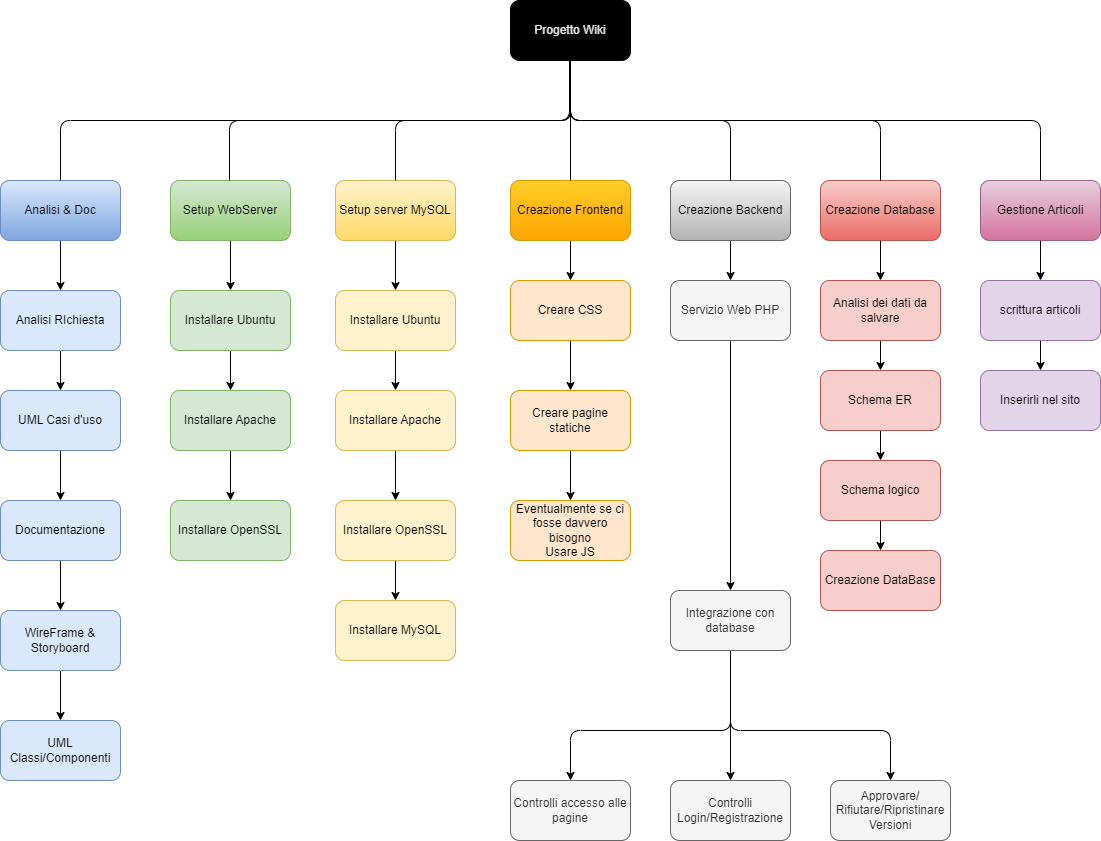
The draw.io diagram assets/project_management/wbs.drawio.png in AngeloRipamonti/5C_WikiStudenti_DiDonnaKotisRipamontiTacconi, before a commit. Source tidied: cells renumbered, new cells last; positions are measured from the earlier drawing's top-left corner, leaving out a move shared by most shapes.
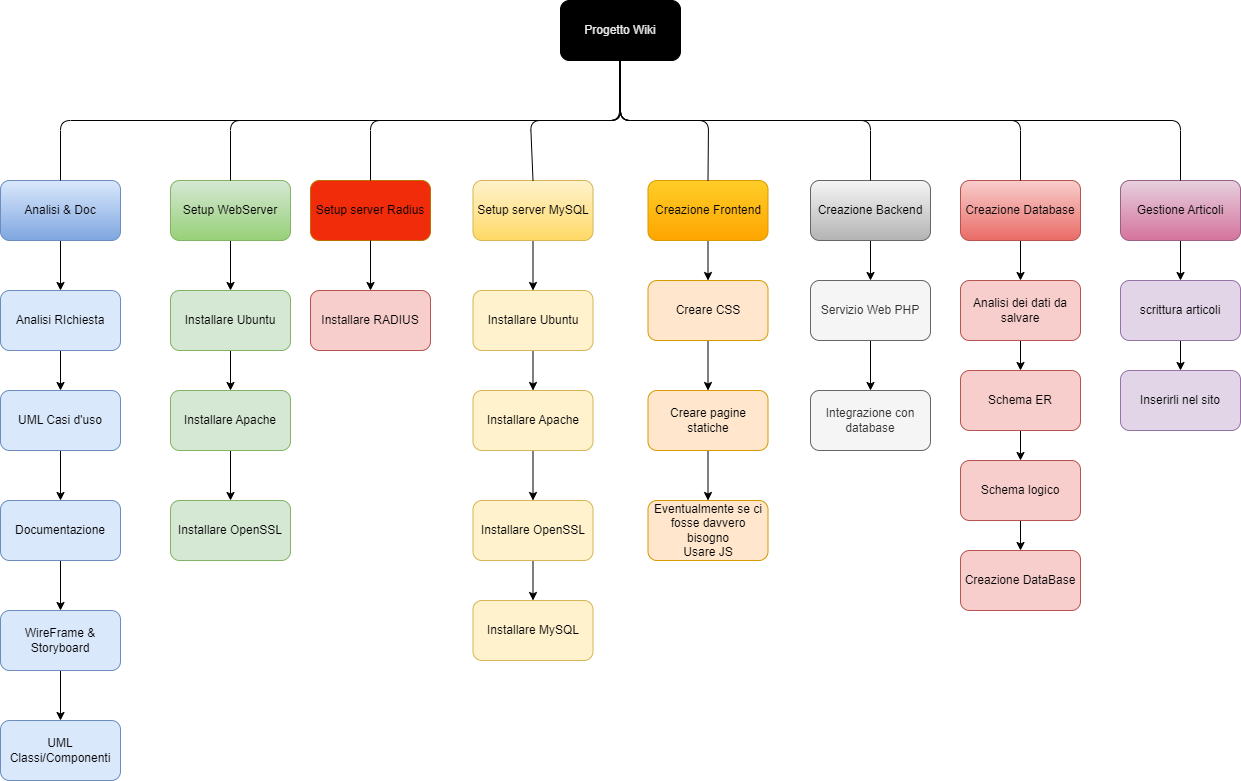
The same diagram one commit later.

The edit, as a diff of the source:
```diff
@@ -9,50 +9,49 @@
       <mxGeometry relative="1" as="geometry" />
     </mxCell>
     <mxCell id="4" value="Analisi &amp;amp; Doc" style="rounded=1;whiteSpace=wrap;html=1;fillColor=#dae8fc;strokeColor=#6c8ebf;gradientColor=#7ea6e0;" parent="1" vertex="1">
-      <mxGeometry y="180" width="120" height="60" as="geometry" />
+      <mxGeometry x="-50" y="180" width="120" height="60" as="geometry" />
     </mxCell>
     <mxCell id="5" style="edgeStyle=none;html=1;exitX=0.5;exitY=1;exitDx=0;exitDy=0;entryX=0.5;entryY=0;entryDx=0;entryDy=0;" parent="1" edge="1" source="6" target="42">
       <mxGeometry relative="1" as="geometry" />
     </mxCell>
     <mxCell id="6" value="Setup WebServer" style="rounded=1;whiteSpace=wrap;html=1;fillColor=#d5e8d4;strokeColor=#82b366;gradientColor=#97d077;" parent="1" vertex="1">
-      <mxGeometry x="170" y="180" width="120" height="60" as="geometry" />
+      <mxGeometry x="120" y="180" width="120" height="60" as="geometry" />
     </mxCell>
     <mxCell id="7" style="edgeStyle=none;html=1;exitX=0.5;exitY=1;exitDx=0;exitDy=0;entryX=0.5;entryY=0;entryDx=0;entryDy=0;" parent="1" edge="1" source="8" target="48">
       <mxGeometry relative="1" as="geometry" />
     </mxCell>
     <mxCell id="8" value="Setup server&amp;nbsp;&lt;span style=&quot;background-color: transparent;&quot;&gt;MySQL&lt;/span&gt;" style="rounded=1;whiteSpace=wrap;html=1;fillColor=#fff2cc;strokeColor=#d6b656;gradientColor=#ffd966;" parent="1" vertex="1">
-      <mxGeometry x="335" y="180" width="120" height="60" as="geometry" />
+      <mxGeometry x="422.5" y="180" width="120" height="60" as="geometry" />
     </mxCell>
     <mxCell id="9" style="edgeStyle=none;html=1;exitX=0.5;exitY=1;exitDx=0;exitDy=0;entryX=0.5;entryY=0;entryDx=0;entryDy=0;" parent="1" edge="1" source="10" target="54">
       <mxGeometry relative="1" as="geometry" />
     </mxCell>
     <mxCell id="10" value="Creazione Frontend" style="rounded=1;whiteSpace=wrap;html=1;fillColor=#ffcd28;strokeColor=#d79b00;gradientColor=#ffa500;" parent="1" vertex="1">
-      <mxGeometry x="510" y="180" width="120" height="60" as="geometry" />
+      <mxGeometry x="597.5" y="180" width="120" height="60" as="geometry" />
     </mxCell>
     <mxCell id="11" style="edgeStyle=none;html=1;exitX=0.5;exitY=1;exitDx=0;exitDy=0;entryX=0.5;entryY=0;entryDx=0;entryDy=0;" parent="1" edge="1" source="12" target="64">
       <mxGeometry relative="1" as="geometry" />
     </mxCell>
     <mxCell id="12" value="Creazione Backend" style="rounded=1;whiteSpace=wrap;html=1;fillColor=#f5f5f5;strokeColor=#666666;gradientColor=#b3b3b3;" parent="1" vertex="1">
-      <mxGeometry x="670" y="180" width="120" height="60" as="geometry" />
+      <mxGeometry x="760" y="180" width="120" height="60" as="geometry" />
     </mxCell>
     <mxCell id="13" style="edgeStyle=none;html=1;exitX=0.5;exitY=1;exitDx=0;exitDy=0;entryX=0.5;entryY=0;entryDx=0;entryDy=0;" parent="1" edge="1" source="14" target="36">
       <mxGeometry relative="1" as="geometry" />
     </mxCell>
     <mxCell id="14" value="Creazione Database" style="rounded=1;whiteSpace=wrap;html=1;fillColor=#f8cecc;strokeColor=#b85450;gradientColor=#ea6b66;" parent="1" vertex="1">
-      <mxGeometry x="820" y="180" width="120" height="60" as="geometry" />
+      <mxGeometry x="910" y="180" width="120" height="60" as="geometry" />
     </mxCell>
     <mxCell id="15" style="edgeStyle=none;html=1;exitX=0.5;exitY=1;exitDx=0;exitDy=0;entryX=0.5;entryY=0;entryDx=0;entryDy=0;" parent="1" edge="1" source="16" target="34">
       <mxGeometry relative="1" as="geometry" />
     </mxCell>
     <mxCell id="16" value="Gestione Articoli" style="rounded=1;whiteSpace=wrap;html=1;fillColor=#e6d0de;strokeColor=#996185;gradientColor=#d5739d;" parent="1" vertex="1">
-      <mxGeometry x="980" y="180" width="120" height="60" as="geometry" />
+      <mxGeometry x="1070" y="180" width="120" height="60" as="geometry" />
     </mxCell>
-    <mxCell id="17" style="endArrow=none;html=1;exitX=0.5;exitY=0;exitDx=0;exitDy=0;" parent="1" edge="1">
+    <mxCell id="17" style="endArrow=none;html=1;exitX=0.5;exitY=0;exitDx=0;exitDy=0;" parent="1" edge="1" source="6">
       <mxGeometry relative="1" as="geometry">
-        <mxPoint x="229" y="180" as="sourcePoint" />
         <mxPoint x="569" y="60" as="targetPoint" />
         <Array as="points">
-          <mxPoint x="229" y="120" />
+          <mxPoint x="180" y="120" />
           <mxPoint x="569" y="120" />
         </Array>
       </mxGeometry>
@@ -60,7 +59,7 @@
     <mxCell id="18" style="endArrow=none;html=1;entryX=0.5;entryY=1;entryDx=0;entryDy=0;exitX=0.5;exitY=0;exitDx=0;exitDy=0;" parent="1" edge="1" source="4" target="2">
       <mxGeometry relative="1" as="geometry">
         <Array as="points">
-          <mxPoint x="60" y="120" />
+          <mxPoint x="10" y="120" />
           <mxPoint x="570" y="120" />
         </Array>
       </mxGeometry>
@@ -68,7 +67,7 @@
     <mxCell id="19" style="endArrow=none;html=1;entryX=0.5;entryY=1;entryDx=0;entryDy=0;exitX=0.5;exitY=0;exitDx=0;exitDy=0;" parent="1" edge="1" source="12" target="2">
       <mxGeometry relative="1" as="geometry">
         <Array as="points">
-          <mxPoint x="730" y="120" />
+          <mxPoint x="820" y="120" />
           <mxPoint x="570" y="120" />
         </Array>
       </mxGeometry>
@@ -76,7 +75,7 @@
     <mxCell id="20" style="endArrow=none;html=1;entryX=0.5;entryY=1;entryDx=0;entryDy=0;exitX=0.5;exitY=0;exitDx=0;exitDy=0;" parent="1" edge="1" source="16" target="2">
       <mxGeometry relative="1" as="geometry">
         <Array as="points">
-          <mxPoint x="1040" y="120" />
+          <mxPoint x="1130" y="120" />
           <mxPoint x="570" y="120" />
         </Array>
       </mxGeometry>
@@ -84,18 +83,24 @@
     <mxCell id="21" style="endArrow=none;html=1;entryX=0.5;entryY=1;entryDx=0;entryDy=0;exitX=0.5;exitY=0;exitDx=0;exitDy=0;" parent="1" edge="1" source="14" target="2">
       <mxGeometry relative="1" as="geometry">
         <Array as="points">
-          <mxPoint x="880" y="120" />
+          <mxPoint x="970" y="120" />
+          <mxPoint x="760" y="120" />
           <mxPoint x="570" y="120" />
         </Array>
       </mxGeometry>
     </mxCell>
     <mxCell id="22" style="endArrow=none;html=1;entryX=0.5;entryY=1;entryDx=0;entryDy=0;exitX=0.5;exitY=0;exitDx=0;exitDy=0;" parent="1" edge="1" source="10" target="2">
-      <mxGeometry relative="1" as="geometry" />
+      <mxGeometry relative="1" as="geometry">
+        <Array as="points">
+          <mxPoint x="658" y="120" />
+          <mxPoint x="570" y="120" />
+        </Array>
+      </mxGeometry>
     </mxCell>
     <mxCell id="23" style="endArrow=none;html=1;exitX=0.5;exitY=0;exitDx=0;exitDy=0;entryX=0.5;entryY=1;entryDx=0;entryDy=0;" parent="1" edge="1" source="8" target="2">
       <mxGeometry relative="1" as="geometry">
         <Array as="points">
-          <mxPoint x="395" y="120" />
+          <mxPoint x="480" y="120" />
           <mxPoint x="570" y="120" />
         </Array>
       </mxGeometry>
@@ -104,146 +109,135 @@
       <mxGeometry relative="1" as="geometry" />
     </mxCell>
     <mxCell id="25" value="Analisi RIchiesta" style="rounded=1;whiteSpace=wrap;html=1;fillColor=#dae8fc;strokeColor=#6c8ebf;" parent="1" vertex="1">
-      <mxGeometry y="290" width="120" height="60" as="geometry" />
+      <mxGeometry x="-50" y="290" width="120" height="60" as="geometry" />
     </mxCell>
     <mxCell id="26" style="edgeStyle=none;html=1;exitX=0.5;exitY=1;exitDx=0;exitDy=0;entryX=0.5;entryY=0;entryDx=0;entryDy=0;" parent="1" edge="1" source="27" target="29">
       <mxGeometry relative="1" as="geometry" />
     </mxCell>
     <mxCell id="27" value="UML Casi d'uso" style="rounded=1;whiteSpace=wrap;html=1;fillColor=#dae8fc;strokeColor=#6c8ebf;" parent="1" vertex="1">
-      <mxGeometry y="390" width="120" height="60" as="geometry" />
+      <mxGeometry x="-50" y="390" width="120" height="60" as="geometry" />
     </mxCell>
     <mxCell id="28" style="edgeStyle=none;html=1;exitX=0.5;exitY=1;exitDx=0;exitDy=0;" parent="1" edge="1" source="29" target="31">
       <mxGeometry relative="1" as="geometry" />
     </mxCell>
     <mxCell id="29" value="Documentazione" style="rounded=1;whiteSpace=wrap;html=1;fillColor=#dae8fc;strokeColor=#6c8ebf;" parent="1" vertex="1">
-      <mxGeometry y="500" width="120" height="60" as="geometry" />
+      <mxGeometry x="-50" y="500" width="120" height="60" as="geometry" />
     </mxCell>
     <mxCell id="30" style="edgeStyle=none;html=1;exitX=0.5;exitY=1;exitDx=0;exitDy=0;" parent="1" edge="1" source="31" target="32">
       <mxGeometry relative="1" as="geometry" />
     </mxCell>
     <mxCell id="31" value="WireFrame &amp;amp; Storyboard" style="rounded=1;whiteSpace=wrap;html=1;fillColor=#dae8fc;strokeColor=#6c8ebf;" parent="1" vertex="1">
-      <mxGeometry y="610" width="120" height="60" as="geometry" />
+      <mxGeometry x="-50" y="610" width="120" height="60" as="geometry" />
     </mxCell>
     <mxCell id="32" value="UML Classi/Componenti" style="rounded=1;whiteSpace=wrap;html=1;fillColor=#dae8fc;strokeColor=#6c8ebf;" parent="1" vertex="1">
-      <mxGeometry y="720" width="120" height="60" as="geometry" />
+      <mxGeometry x="-50" y="720" width="120" height="60" as="geometry" />
     </mxCell>
     <mxCell id="33" style="edgeStyle=none;html=1;exitX=0.5;exitY=1;exitDx=0;exitDy=0;entryX=0.5;entryY=0;entryDx=0;entryDy=0;" parent="1" edge="1" source="34" target="65">
       <mxGeometry relative="1" as="geometry" />
     </mxCell>
     <mxCell id="34" value="scrittura articoli" style="rounded=1;whiteSpace=wrap;html=1;fillColor=#e1d5e7;strokeColor=#9673a6;" parent="1" vertex="1">
-      <mxGeometry x="980" y="280" width="120" height="60" as="geometry" />
+      <mxGeometry x="1070" y="280" width="120" height="60" as="geometry" />
     </mxCell>
     <mxCell id="35" style="edgeStyle=none;html=1;exitX=0.5;exitY=1;exitDx=0;exitDy=0;entryX=0.5;entryY=0;entryDx=0;entryDy=0;" parent="1" edge="1" source="36" target="38">
       <mxGeometry relative="1" as="geometry" />
     </mxCell>
     <mxCell id="36" value="Analisi dei dati da salvare" style="rounded=1;whiteSpace=wrap;html=1;fillColor=#f8cecc;strokeColor=#b85450;" parent="1" vertex="1">
-      <mxGeometry x="820" y="280" width="120" height="60" as="geometry" />
+      <mxGeometry x="910" y="280" width="120" height="60" as="geometry" />
     </mxCell>
     <mxCell id="37" style="edgeStyle=none;html=1;exitX=0.5;exitY=1;exitDx=0;exitDy=0;" parent="1" edge="1" source="38" target="40">
       <mxGeometry relative="1" as="geometry" />
     </mxCell>
     <mxCell id="38" value="Schema ER" style="rounded=1;whiteSpace=wrap;html=1;fillColor=#f8cecc;strokeColor=#b85450;" parent="1" vertex="1">
-      <mxGeometry x="820" y="370" width="120" height="60" as="geometry" />
+      <mxGeometry x="910" y="370" width="120" height="60" as="geometry" />
     </mxCell>
     <mxCell id="39" style="edgeStyle=none;html=1;exitX=0.5;exitY=1;exitDx=0;exitDy=0;entryX=0.5;entryY=0;entryDx=0;entryDy=0;" parent="1" edge="1" source="40" target="43">
       <mxGeometry relative="1" as="geometry" />
     </mxCell>
     <mxCell id="40" value="Schema logico" style="rounded=1;whiteSpace=wrap;html=1;fillColor=#f8cecc;strokeColor=#b85450;" parent="1" vertex="1">
-      <mxGeometry x="820" y="460" width="120" height="60" as="geometry" />
+      <mxGeometry x="910" y="460" width="120" height="60" as="geometry" />
     </mxCell>
     <mxCell id="41" style="edgeStyle=none;html=1;exitX=0.5;exitY=1;exitDx=0;exitDy=0;entryX=0.5;entryY=0;entryDx=0;entryDy=0;" parent="1" edge="1" source="42" target="45">
       <mxGeometry relative="1" as="geometry" />
     </mxCell>
     <mxCell id="42" value="Installare Ubuntu" style="rounded=1;whiteSpace=wrap;html=1;fillColor=#d5e8d4;strokeColor=#82b366;" parent="1" vertex="1">
-      <mxGeometry x="170" y="290" width="120" height="60" as="geometry" />
+      <mxGeometry x="120" y="290" width="120" height="60" as="geometry" />
     </mxCell>
     <mxCell id="43" value="Creazione DataBase" style="rounded=1;whiteSpace=wrap;html=1;fillColor=#f8cecc;strokeColor=#b85450;" parent="1" vertex="1">
-      <mxGeometry x="820" y="550" width="120" height="60" as="geometry" />
+      <mxGeometry x="910" y="550" width="120" height="60" as="geometry" />
     </mxCell>
     <mxCell id="44" style="edgeStyle=none;html=1;exitX=0.5;exitY=1;exitDx=0;exitDy=0;entryX=0.5;entryY=0;entryDx=0;entryDy=0;" parent="1" edge="1" source="45" target="46">
       <mxGeometry relative="1" as="geometry" />
     </mxCell>
     <mxCell id="45" value="Installare Apache" style="rounded=1;whiteSpace=wrap;html=1;fillColor=#d5e8d4;strokeColor=#82b366;" parent="1" vertex="1">
-      <mxGeometry x="170" y="390" width="120" height="60" as="geometry" />
+      <mxGeometry x="120" y="390" width="120" height="60" as="geometry" />
     </mxCell>
     <mxCell id="46" value="Installare OpenSSL" style="rounded=1;whiteSpace=wrap;html=1;fillColor=#d5e8d4;strokeColor=#82b366;" parent="1" vertex="1">
-      <mxGeometry x="170" y="500" width="120" height="60" as="geometry" />
+      <mxGeometry x="120" y="500" width="120" height="60" as="geometry" />
     </mxCell>
     <mxCell id="47" style="edgeStyle=none;html=1;exitX=0.5;exitY=1;exitDx=0;exitDy=0;entryX=0.5;entryY=0;entryDx=0;entryDy=0;" parent="1" edge="1" source="48" target="50">
       <mxGeometry relative="1" as="geometry" />
     </mxCell>
     <mxCell id="48" value="Installare Ubuntu" style="rounded=1;whiteSpace=wrap;html=1;fillColor=#fff2cc;strokeColor=#d6b656;" parent="1" vertex="1">
-      <mxGeometry x="335" y="290" width="120" height="60" as="geometry" />
+      <mxGeometry x="422.5" y="290" width="120" height="60" as="geometry" />
     </mxCell>
     <mxCell id="49" style="edgeStyle=none;html=1;exitX=0.5;exitY=1;exitDx=0;exitDy=0;entryX=0.5;entryY=0;entryDx=0;entryDy=0;" parent="1" edge="1" source="50" target="52">
       <mxGeometry relative="1" as="geometry" />
     </mxCell>
     <mxCell id="50" value="Installare Apache" style="rounded=1;whiteSpace=wrap;html=1;fillColor=#fff2cc;strokeColor=#d6b656;" parent="1" vertex="1">
-      <mxGeometry x="335" y="390" width="120" height="60" as="geometry" />
+      <mxGeometry x="422.5" y="390" width="120" height="60" as="geometry" />
     </mxCell>
     <mxCell id="51" style="edgeStyle=none;html=1;exitX=0.5;exitY=1;exitDx=0;exitDy=0;entryX=0.5;entryY=0;entryDx=0;entryDy=0;" parent="1" edge="1" source="52" target="57">
       <mxGeometry relative="1" as="geometry" />
     </mxCell>
     <mxCell id="52" value="Installare OpenSSL" style="rounded=1;whiteSpace=wrap;html=1;fillColor=#fff2cc;strokeColor=#d6b656;" parent="1" vertex="1">
-      <mxGeometry x="335" y="500" width="120" height="60" as="geometry" />
+      <mxGeometry x="422.5" y="500" width="120" height="60" as="geometry" />
     </mxCell>
     <mxCell id="53" style="edgeStyle=none;html=1;exitX=0.5;exitY=1;exitDx=0;exitDy=0;entryX=0.5;entryY=0;entryDx=0;entryDy=0;" parent="1" edge="1" source="54" target="56">
       <mxGeometry relative="1" as="geometry" />
     </mxCell>
     <mxCell id="54" value="Creare CSS" style="rounded=1;whiteSpace=wrap;html=1;fillColor=#ffe6cc;strokeColor=#d79b00;" parent="1" vertex="1">
-      <mxGeometry x="510" y="280" width="120" height="60" as="geometry" />
+      <mxGeometry x="597.5" y="280" width="120" height="60" as="geometry" />
     </mxCell>
     <mxCell id="55" style="edgeStyle=none;html=1;exitX=0.5;exitY=1;exitDx=0;exitDy=0;" parent="1" edge="1" source="56" target="62">
       <mxGeometry relative="1" as="geometry" />
     </mxCell>
     <mxCell id="56" value="Creare pagine statiche" style="rounded=1;whiteSpace=wrap;html=1;fillColor=#ffe6cc;strokeColor=#d79b00;" parent="1" vertex="1">
-      <mxGeometry x="510" y="390" width="120" height="60" as="geometry" />
+      <mxGeometry x="597.5" y="390" width="120" height="60" as="geometry" />
     </mxCell>
     <mxCell id="57" value="Installare MySQL" style="rounded=1;whiteSpace=wrap;html=1;fillColor=#fff2cc;strokeColor=#d6b656;" parent="1" vertex="1">
-      <mxGeometry x="335" y="600" width="120" height="60" as="geometry" />
+      <mxGeometry x="422.5" y="600" width="120" height="60" as="geometry" />
     </mxCell>
-    <mxCell id="58" style="edgeStyle=none;html=1;exitX=0.5;exitY=1;exitDx=0;exitDy=0;entryX=0.5;entryY=0;entryDx=0;entryDy=0;" parent="1" edge="1" source="61" target="67">
-      <mxGeometry relative="1" as="geometry">
-        <Array as="points">
-          <mxPoint x="730" y="730" />
-          <mxPoint x="890" y="730" />
-        </Array>
-      </mxGeometry>
-    </mxCell>
-    <mxCell id="59" style="edgeStyle=none;html=1;exitX=0.5;exitY=1;exitDx=0;exitDy=0;entryX=0.5;entryY=0;entryDx=0;entryDy=0;" parent="1" edge="1" source="61" target="66">
-      <mxGeometry relative="1" as="geometry">
-        <Array as="points">
-          <mxPoint x="730" y="730" />
-          <mxPoint x="570" y="730" />
-        </Array>
-      </mxGeometry>
-    </mxCell>
-    <mxCell id="60" style="edgeStyle=none;html=1;exitX=0.5;exitY=1;exitDx=0;exitDy=0;entryX=0.5;entryY=0;entryDx=0;entryDy=0;" parent="1" edge="1" source="61" target="68">
-      <mxGeometry relative="1" as="geometry" />
-    </mxCell>
     <mxCell id="61" value="Integrazione con database" style="rounded=1;whiteSpace=wrap;html=1;fillColor=#f5f5f5;fontColor=#333333;strokeColor=#666666;" parent="1" vertex="1">
-      <mxGeometry x="670" y="590" width="120" height="60" as="geometry" />
+      <mxGeometry x="760" y="390" width="120" height="60" as="geometry" />
     </mxCell>
     <mxCell id="62" value="Eventualmente se ci fosse davvero bisogno&lt;br&gt;Usare JS" style="rounded=1;whiteSpace=wrap;html=1;fillColor=#ffe6cc;strokeColor=#d79b00;" parent="1" vertex="1">
-      <mxGeometry x="510" y="500" width="120" height="60" as="geometry" />
+      <mxGeometry x="597.5" y="500" width="120" height="60" as="geometry" />
     </mxCell>
     <mxCell id="63" style="edgeStyle=none;html=1;entryX=0.5;entryY=0;entryDx=0;entryDy=0;" parent="1" edge="1" source="64" target="61">
       <mxGeometry relative="1" as="geometry" />
     </mxCell>
     <mxCell id="64" value="Servizio Web PHP" style="rounded=1;whiteSpace=wrap;html=1;fillColor=#f5f5f5;fontColor=#333333;strokeColor=#666666;" parent="1" vertex="1">
-      <mxGeometry x="670" y="280" width="120" height="60" as="geometry" />
+      <mxGeometry x="760" y="280" width="120" height="60" as="geometry" />
     </mxCell>
     <mxCell id="65" value="Inserirli nel sito" style="rounded=1;whiteSpace=wrap;html=1;fillColor=#e1d5e7;strokeColor=#9673a6;" parent="1" vertex="1">
-      <mxGeometry x="980" y="370" width="120" height="60" as="geometry" />
+      <mxGeometry x="1070" y="370" width="120" height="60" as="geometry" />
     </mxCell>
-    <mxCell id="66" value="Controlli accesso alle pagine" style="rounded=1;whiteSpace=wrap;html=1;fillColor=#f5f5f5;fontColor=#333333;strokeColor=#666666;" parent="1" vertex="1">
-      <mxGeometry x="510" y="780" width="120" height="60" as="geometry" />
-    </mxCell>
-    <mxCell id="67" value="Approvare/&lt;div&gt;Rifiutare/Ripristinare&lt;br&gt;Versioni&lt;/div&gt;" style="rounded=1;whiteSpace=wrap;html=1;fillColor=#f5f5f5;fontColor=#333333;strokeColor=#666666;" parent="1" vertex="1">
-      <mxGeometry x="830" y="780" width="120" height="60" as="geometry" />
-    </mxCell>
-    <mxCell id="68" value="Controlli Login/Registrazione" style="rounded=1;whiteSpace=wrap;html=1;fillColor=#f5f5f5;fontColor=#333333;strokeColor=#666666;" parent="1" vertex="1">
-      <mxGeometry x="670" y="780" width="120" height="60" as="geometry" />
-    </mxCell>
+    <mxCell id="69" value="&lt;font style=&quot;color: rgb(0, 0, 0);&quot;&gt;Setup server Radius&lt;/font&gt;" style="rounded=1;whiteSpace=wrap;html=1;fillColor=light-dark(#f02c0a, #9a5800);strokeColor=#BD7000;fontColor=#000000;" parent="1" vertex="1">
+      <mxGeometry x="260" y="180" width="120" height="60" as="geometry" />
+    </mxCell>
+    <mxCell id="70" style="endArrow=none;html=1;exitX=0.5;exitY=0;exitDx=0;exitDy=0;entryX=0.5;entryY=1;entryDx=0;entryDy=0;" parent="1" edge="1" source="69" target="2">
+      <mxGeometry relative="1" as="geometry">
+        <Array as="points">
+          <mxPoint x="320" y="120" />
+          <mxPoint x="570" y="120" />
+        </Array>
+      </mxGeometry>
+    </mxCell>
+    <mxCell id="71" value="Installare RADIUS" style="rounded=1;whiteSpace=wrap;html=1;fillColor=#f8cecc;strokeColor=#b85450;" parent="1" vertex="1">
+      <mxGeometry x="260" y="290" width="120" height="60" as="geometry" />
+    </mxCell>
+    <mxCell id="72" style="edgeStyle=none;html=1;exitX=0.5;exitY=1;exitDx=0;exitDy=0;entryX=0.5;entryY=0;entryDx=0;entryDy=0;" parent="1" edge="1" source="69" target="71">
+      <mxGeometry relative="1" as="geometry" />
+    </mxCell>
   </root>
 </mxGraphModel>
```
